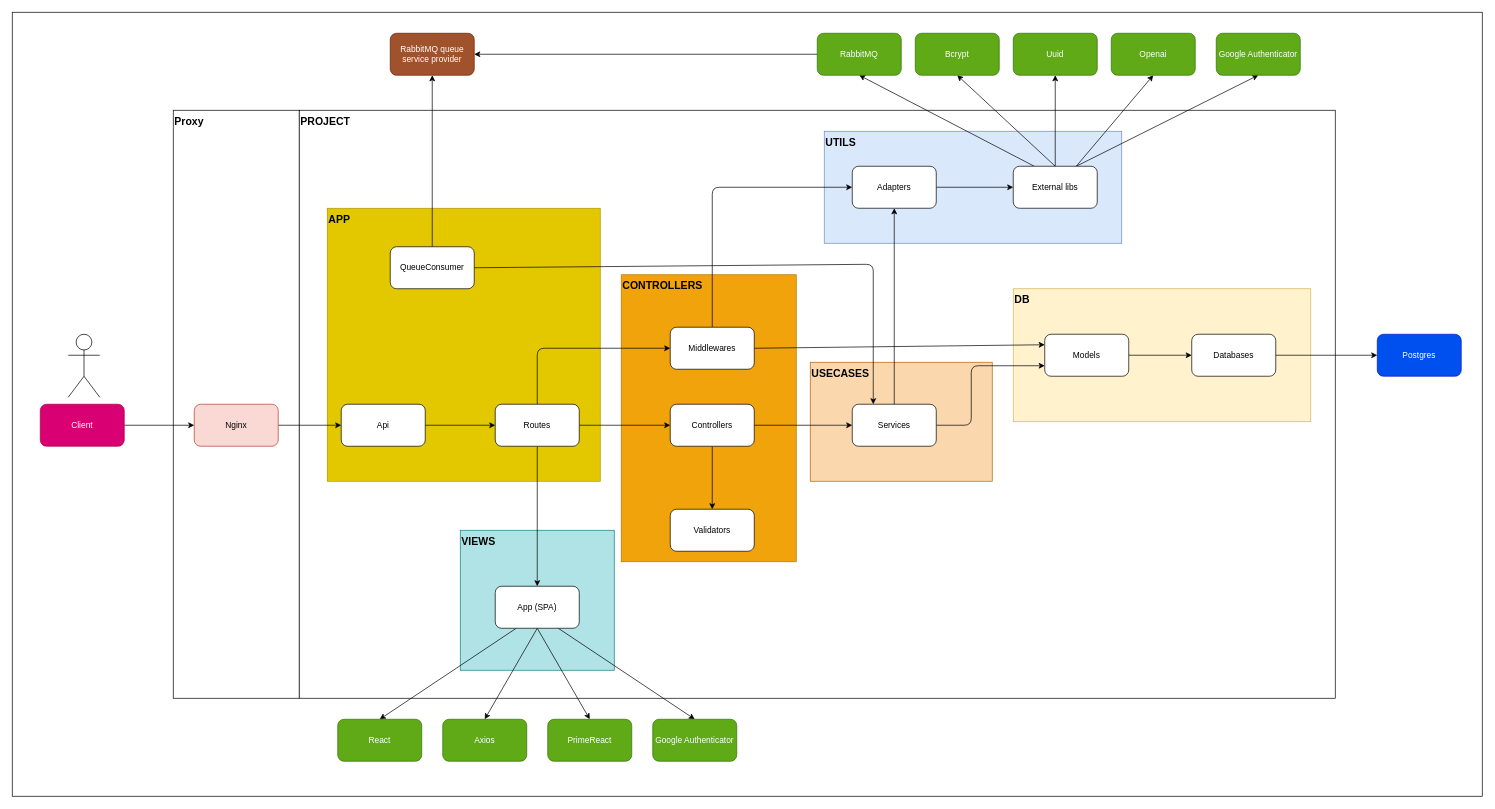
Earlier version of the draw.io diagram docs/architecture.drawio (DouglasVolcato/educaia). Source tidied: cells renumbered, new cells numbered last; positions are measured from the earlier drawing's top-left corner, leaving out a move shared by most shapes. Both pictures are drawn from the tidied source at 70%, with x=0, y=0 at pixel (12, 12).
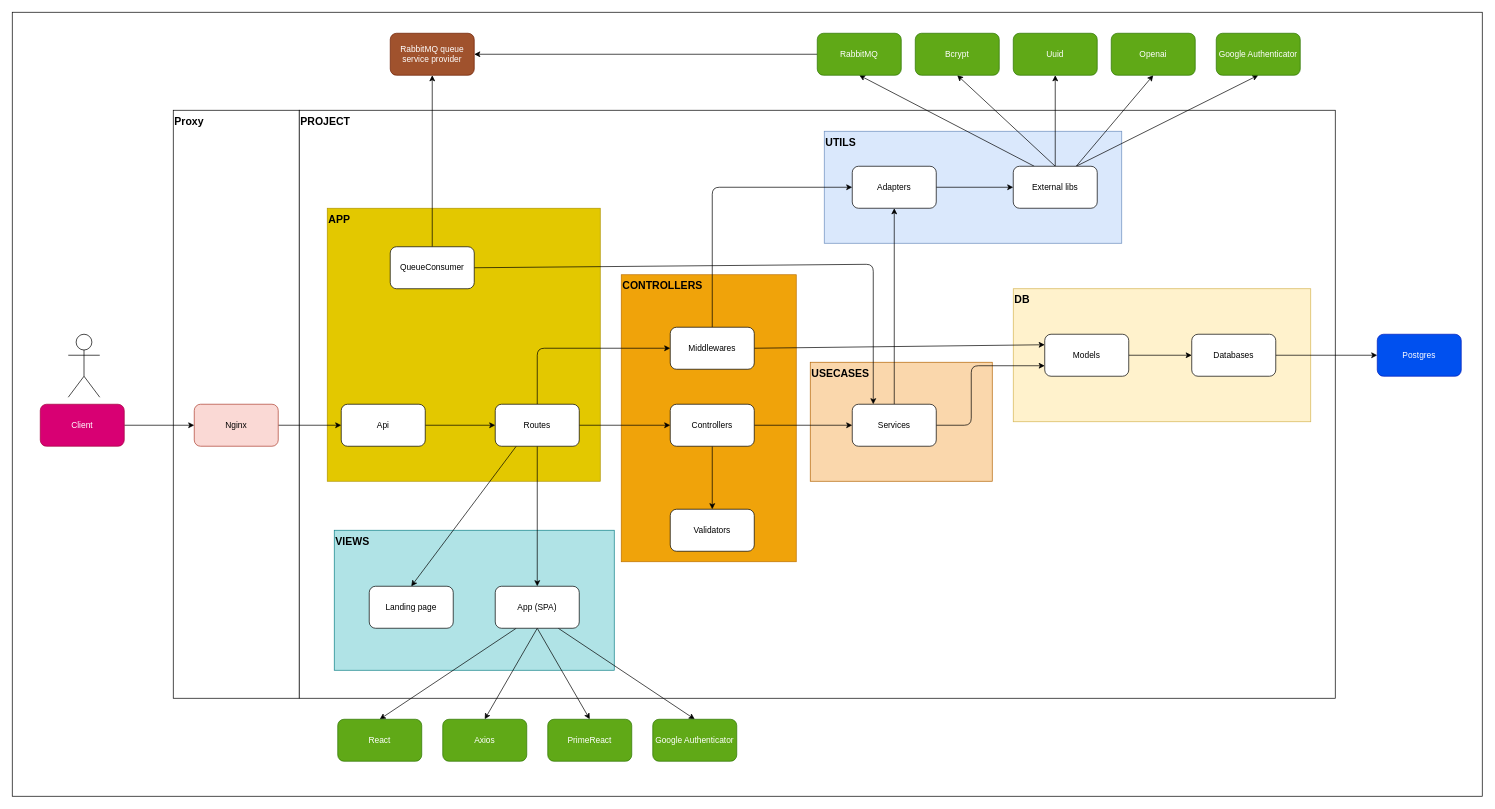
After the change.

Commit message (it also covers changes not shown here):
docs: implement architecture

The change refers to these unchanged cells:
```xml
<mxCell id="18" value="Routes" style="rounded=1;whiteSpace=wrap;html=1;" parent="1" vertex="1">
  <mxGeometry x="690" y="560" width="120" height="60" as="geometry" />
</mxCell>
```

Diff of the diagram source:
```diff
@@
     <mxCell id="9" style="rounded=0;whiteSpace=wrap;html=1;fillColor=#b0e3e6;strokeColor=#0e8088;" parent="1" vertex="1">
-      <mxGeometry x="640" y="740" width="220" height="200" as="geometry" />
+      <mxGeometry x="460" y="740" width="400" height="200" as="geometry" />
     </mxCell>
@@
+    <mxCell id="72" style="edgeStyle=none;html=1;exitX=0.25;exitY=1;exitDx=0;exitDy=0;entryX=0.5;entryY=0;entryDx=0;entryDy=0;" parent="1" edge="1" source="18" target="73">
+      <mxGeometry relative="1" as="geometry" />
+    </mxCell>
@@
     <mxCell id="49" value="&lt;b&gt;&lt;font style=&quot;font-size: 15px;&quot;&gt;VIEWS&lt;/font&gt;&lt;/b&gt;" style="text;html=1;align=left;verticalAlign=middle;whiteSpace=wrap;rounded=0;" parent="1" vertex="1">
-      <mxGeometry x="640" y="740" width="60" height="30" as="geometry" />
+      <mxGeometry x="460" y="740" width="60" height="30" as="geometry" />
     </mxCell>
@@
+    <mxCell id="73" value="Landing page" style="rounded=1;whiteSpace=wrap;html=1;" parent="1" vertex="1">
+      <mxGeometry x="510" y="820" width="120" height="60" as="geometry" />
+    </mxCell>
```
